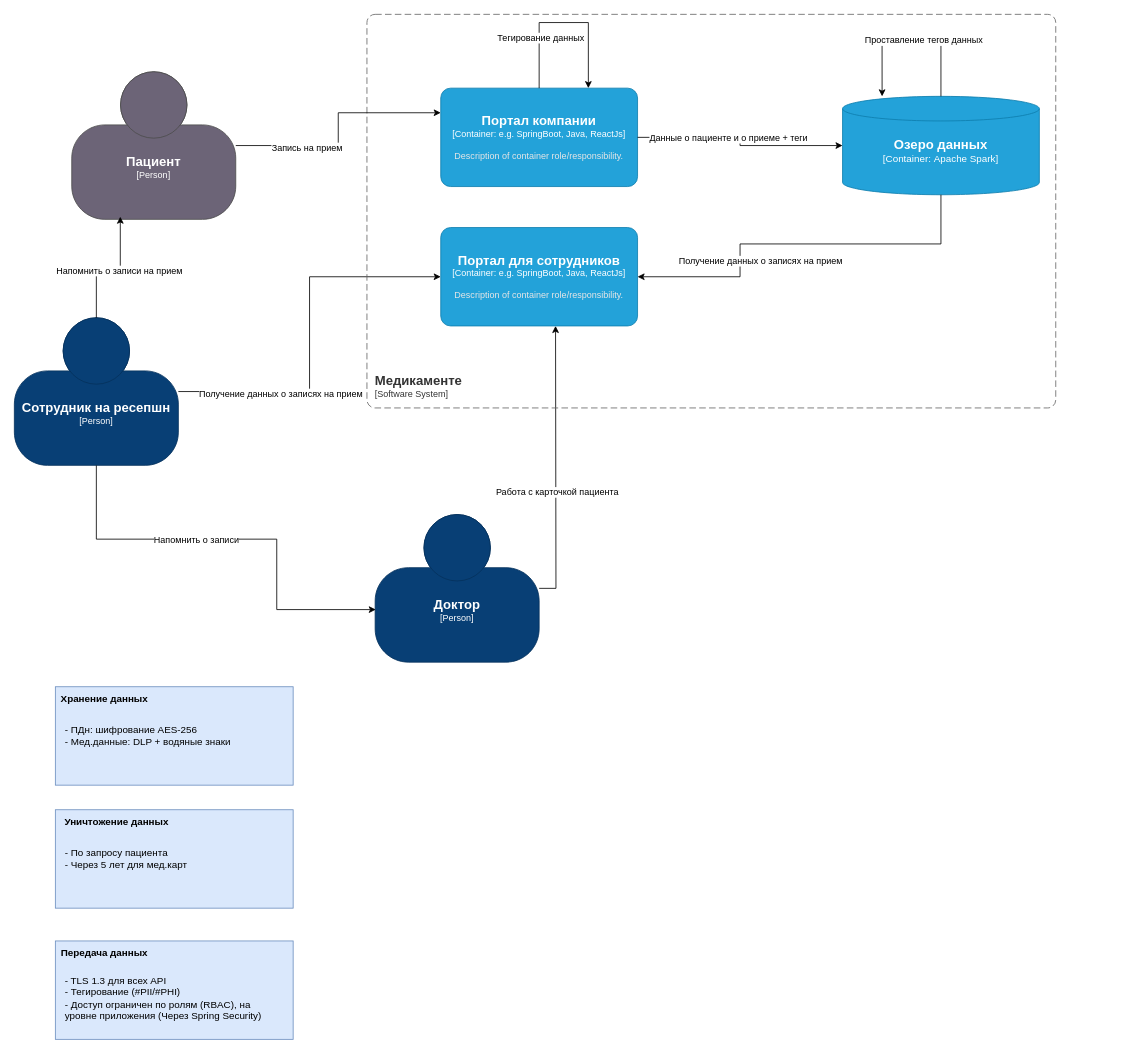
skhrom/architecture-sprint-10 keeps this draw.io diagram as Task2/MVP.drawio. Above is the earlier version. Source tidied: cells renumbered, new cells numbered last; positions are measured from the earlier drawing's top-left corner, leaving out a move shared by most shapes. Both pictures are drawn from the tidied source at 82%, with x=0, y=0 at pixel (14, 14).
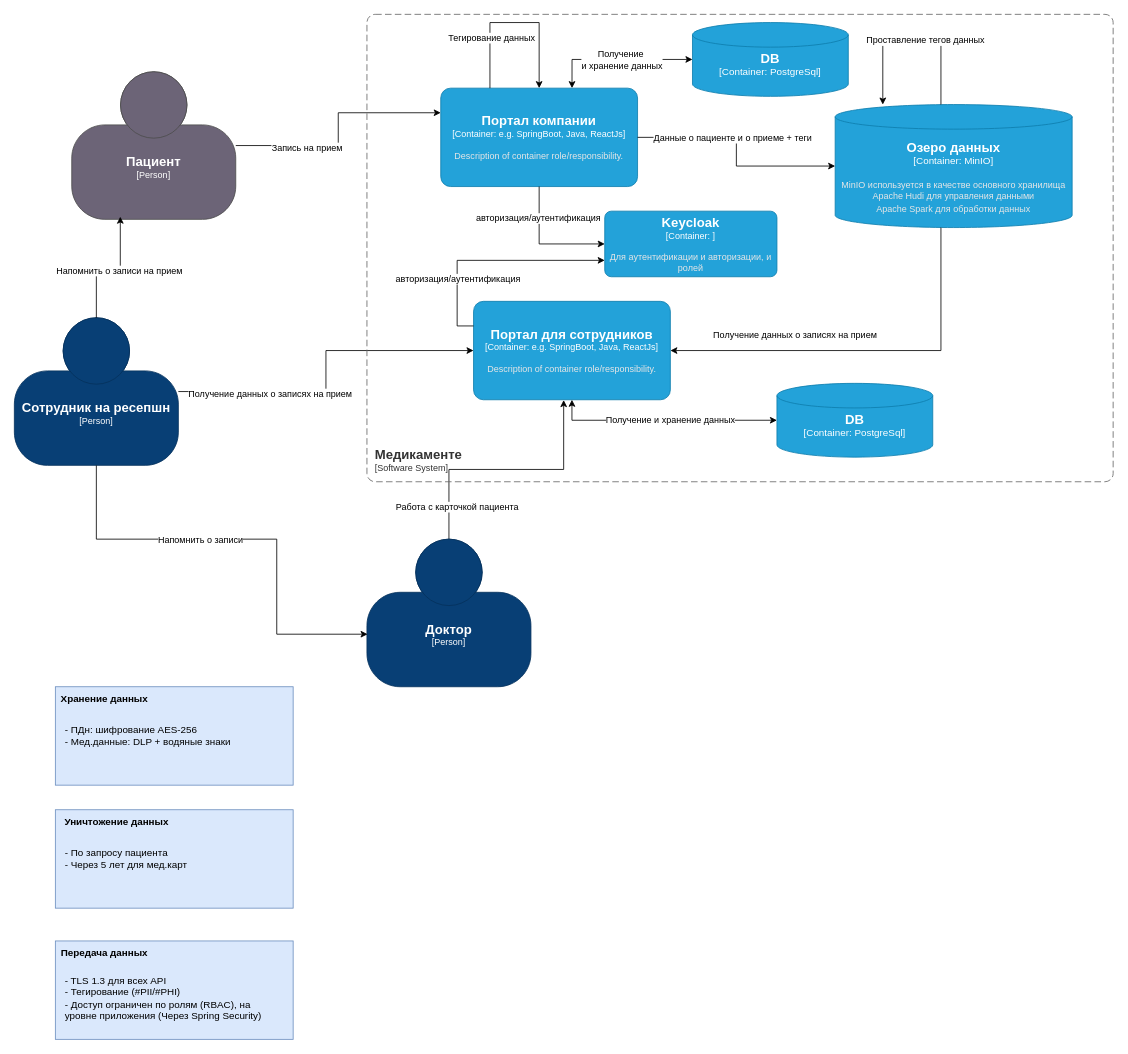
Above is the later version.

Unchanged cells that the change refers to:
```xml
<object id="5" label="&lt;font style=&quot;font-size: 16px&quot;&gt;&lt;b&gt;%c4Name%&lt;/b&gt;&lt;/font&gt;&lt;div&gt;[%c4Type%]&lt;/div&gt;&lt;br&gt;&lt;div&gt;&lt;font style=&quot;font-size: 11px&quot;&gt;&lt;font color=&quot;#cccccc&quot;&gt;%c4Description%&lt;/font&gt;&lt;/div&gt;" c4Description="" c4Name="Сотрудник на ресепшн" c4Type="Person" placeholders="1">
  <mxCell style="html=1;fontSize=11;dashed=0;whiteSpace=wrap;fillColor=#083F75;strokeColor=#06315C;fontColor=#ffffff;shape=mxgraph.c4.person2;align=center;points=[[0.5,0,0],[1,0.5,0],[1,0.75,0],[0.75,1,0],[0.5,1,0],[0.25,1,0],[0,0.75,0],[0,0.5,0]];" parent="1" vertex="1">
    <mxGeometry y="370" width="200" height="180" as="geometry" />
  </mxCell>
</object>
<object id="10" label="&lt;font style=&quot;font-size: 16px&quot;&gt;&lt;b&gt;%c4Name%&lt;/b&gt;&lt;/font&gt;&lt;div&gt;[%c4Type%: %c4Technology%]&lt;/div&gt;&lt;br&gt;&lt;div&gt;&lt;font style=&quot;font-size: 11px&quot;&gt;&lt;font color=&quot;#E6E6E6&quot;&gt;%c4Description%&lt;/font&gt;&lt;/div&gt;" c4Description="Description of container role/responsibility." c4Name="Портал компании" c4Technology="e.g. SpringBoot, Java, ReactJs" c4Type="Container" placeholders="1">
  <mxCell style="rounded=1;whiteSpace=wrap;html=1;fontSize=11;labelBackgroundColor=none;fillColor=#23A2D9;fontColor=#ffffff;align=center;arcSize=10;strokeColor=#0E7DAD;points=[[0.25,0,0],[0.5,0,0],[0.75,0,0],[1,0.25,0],[1,0.5,0],[1,0.75,0],[0.75,1,0],[0.5,1,0],[0.25,1,0],[0,0.75,0],[0,0.5,0],[0,0.25,0]];" parent="1" vertex="1">
    <mxGeometry x="520" y="90" width="240" height="120" as="geometry" />
  </mxCell>
</object>
```

What changed in the source:
```diff
@@
-    <mxCell id="6" style="edgeStyle=orthogonalEdgeStyle;rounded=0;jettySize=auto;html=1;" parent="1" edge="1" source="8">
-      <mxGeometry relative="1" as="geometry">
-        <mxPoint x="660" y="380" as="targetPoint" />
-      </mxGeometry>
+    <mxCell id="6" style="edgeStyle=orthogonalEdgeStyle;rounded=0;jettySize=auto;html=1;entryX=0.458;entryY=1.003;entryDx=0;entryDy=0;entryPerimeter=0;" parent="1" edge="1" source="8" target="16">
+      <mxGeometry relative="1" as="geometry" />
     </mxCell>
     <mxCell id="7" value="Работа с карточкой пациента" style="edgeLabel;html=1;align=center;verticalAlign=middle;" parent="6" vertex="1">
-      <mxGeometry x="-0.19" y="-1" relative="1" as="geometry" />
+      <mxGeometry x="-0.19" y="-1" relative="1" as="geometry">
+        <mxPoint x="-31" y="44" as="offset" />
+      </mxGeometry>
     </mxCell>
     <object id="8" label="&lt;font style=&quot;font-size: 16px&quot;&gt;&lt;b&gt;%c4Name%&lt;/b&gt;&lt;/font&gt;&lt;div&gt;[%c4Type%]&lt;/div&gt;&lt;br&gt;&lt;div&gt;&lt;font style=&quot;font-size: 11px&quot;&gt;&lt;font color=&quot;#cccccc&quot;&gt;%c4Description%&lt;/font&gt;&lt;/div&gt;" c4Description="" c4Name="Доктор" c4Type="Person" placeholders="1">
       <mxCell style="html=1;fontSize=11;dashed=0;whiteSpace=wrap;fillColor=#083F75;strokeColor=#06315C;fontColor=#ffffff;shape=mxgraph.c4.person2;align=center;points=[[0.5,0,0],[1,0.5,0],[1,0.75,0],[0.75,1,0],[0.5,1,0],[0.25,1,0],[0,0.75,0],[0,0.5,0]];" parent="1" vertex="1">
-        <mxGeometry x="440" y="610" width="200" height="180" as="geometry" />
+        <mxGeometry x="430" y="640" width="200" height="180" as="geometry" />
       </mxCell>
     </object>
     <object id="9" label="&lt;font style=&quot;font-size: 16px&quot;&gt;&lt;b&gt;&lt;div style=&quot;text-align: left&quot;&gt;%c4Name%&lt;/div&gt;&lt;/b&gt;&lt;/font&gt;&lt;div style=&quot;text-align: left&quot;&gt;[%c4Application%]&lt;/div&gt;" c4Application="Software System" c4Name="Медикаменте" placeholders="1">
       <mxCell style="rounded=1;fontSize=11;whiteSpace=wrap;html=1;dashed=1;arcSize=20;fillColor=none;strokeColor=#666666;fontColor=#333333;labelBackgroundColor=none;align=left;verticalAlign=bottom;labelBorderColor=none;spacingTop=0;spacing=10;dashPattern=8 4;perimeter=rectanglePerimeter;noLabel=0;labelPadding=0;absoluteArcSize=1;" parent="1" vertex="1">
-        <mxGeometry x="430" width="840" height="480" as="geometry" />
+        <mxGeometry x="430" width="910" height="570" as="geometry" />
       </mxCell>
     </object>
+    <mxCell id="39" style="edgeStyle=orthogonalEdgeStyle;rounded=0;jettySize=auto;html=1;exitX=0.667;exitY=0;exitDx=0;exitDy=0;exitPerimeter=0;startArrow=classic;startFill=1;" parent="1" edge="1" source="10" target="49">
+      <mxGeometry relative="1" as="geometry" />
+    </mxCell>
+    <mxCell id="40" value="Получение&amp;nbsp;&lt;div&gt;и хранение данных&lt;/div&gt;" style="edgeLabel;html=1;align=center;verticalAlign=middle;" parent="39" vertex="1">
+      <mxGeometry x="-0.26" y="-3" relative="1" as="geometry">
+        <mxPoint x="28" y="-3" as="offset" />
+      </mxGeometry>
+    </mxCell>
@@
-    <object id="11" label="&lt;font style=&quot;font-size: 16px&quot;&gt;&lt;b&gt;%c4Name%&lt;/b&gt;&lt;/font&gt;&lt;div&gt;[%c4Type%:&amp;nbsp;%c4Technology%]&lt;/div&gt;&lt;br&gt;&lt;div&gt;&lt;font style=&quot;font-size: 11px&quot;&gt;&lt;font color=&quot;#E6E6E6&quot;&gt;%c4Description%&lt;/font&gt;&lt;/div&gt;" c4Description="" c4Name="Озеро данных" c4Technology="Apache Spark" c4Type="Container" placeholders="1">
+    <object id="11" label="&lt;font style=&quot;font-size: 16px&quot;&gt;&lt;b&gt;%c4Name%&lt;/b&gt;&lt;/font&gt;&lt;div&gt;[%c4Type%:&amp;nbsp;%c4Technology%]&lt;/div&gt;&lt;br&gt;&lt;div&gt;&lt;font style=&quot;font-size: 11px&quot;&gt;&lt;font color=&quot;#E6E6E6&quot;&gt;%c4Description%&lt;/font&gt;&lt;/div&gt;" c4Description="MinIO используется в качестве основного хранилища&#10;Apache Hudi для управления данными&#10;Apache Spark для обработки данных" c4Name="Озеро данных" c4Technology="MinIO" c4Type="Container" placeholders="1">
       <mxCell style="shape=cylinder3;size=15;whiteSpace=wrap;html=1;boundedLbl=1;rounded=0;labelBackgroundColor=none;fillColor=#23A2D9;fontSize=12;fontColor=#ffffff;align=center;strokeColor=#0E7DAD;points=[[0.5,0,0],[1,0.25,0],[1,0.5,0],[1,0.75,0],[0.5,1,0],[0,0.75,0],[0,0.5,0],[0,0.25,0]];" parent="1" vertex="1">
-        <mxGeometry x="1010" y="100" width="240" height="120" as="geometry" />
+        <mxGeometry x="1001" y="110" width="289" height="150" as="geometry" />
       </mxCell>
     </object>
@@
     <object id="16" label="&lt;font style=&quot;font-size: 16px&quot;&gt;&lt;b&gt;%c4Name%&lt;/b&gt;&lt;/font&gt;&lt;div&gt;[%c4Type%: %c4Technology%]&lt;/div&gt;&lt;br&gt;&lt;div&gt;&lt;font style=&quot;font-size: 11px&quot;&gt;&lt;font color=&quot;#E6E6E6&quot;&gt;%c4Description%&lt;/font&gt;&lt;/div&gt;" c4Description="Description of container role/responsibility." c4Name="Портал для сотрудников" c4Technology="e.g. SpringBoot, Java, ReactJs" c4Type="Container" placeholders="1">
       <mxCell style="rounded=1;whiteSpace=wrap;html=1;fontSize=11;labelBackgroundColor=none;fillColor=#23A2D9;fontColor=#ffffff;align=center;arcSize=10;strokeColor=#0E7DAD;points=[[0.25,0,0],[0.5,0,0],[0.75,0,0],[1,0.25,0],[1,0.5,0],[1,0.75,0],[0.75,1,0],[0.5,1,0],[0.25,1,0],[0,0.75,0],[0,0.5,0],[0,0.25,0]];" parent="1" vertex="1">
-        <mxGeometry x="520" y="260" width="240" height="120" as="geometry" />
+        <mxGeometry x="560" y="350" width="240" height="120" as="geometry" />
       </mxCell>
     </object>
     <mxCell id="17" style="edgeStyle=orthogonalEdgeStyle;rounded=0;jettySize=auto;html=1;entryX=1;entryY=0.5;entryDx=0;entryDy=0;entryPerimeter=0;" parent="1" edge="1" source="11" target="16">
       <mxGeometry relative="1" as="geometry">
         <Array as="points">
-          <mxPoint x="1130" y="280" />
-          <mxPoint x="885" y="280" />
-          <mxPoint x="885" y="320" />
+          <mxPoint x="1130" y="410" />
         </Array>
       </mxGeometry>
     </mxCell>
@@
     <mxCell id="21" style="edgeStyle=orthogonalEdgeStyle;rounded=0;jettySize=auto;html=1;entryX=0.004;entryY=0.644;entryDx=0;entryDy=0;entryPerimeter=0;" parent="1" edge="1" source="5" target="8">
       <mxGeometry relative="1" as="geometry">
         <Array as="points">
           <mxPoint x="100" y="640" />
           <mxPoint x="320" y="640" />
-          <mxPoint x="320" y="726" />
+          <mxPoint x="320" y="756" />
         </Array>
       </mxGeometry>
     </mxCell>
@@
-    <mxCell id="23" style="edgeStyle=orthogonalEdgeStyle;rounded=0;orthogonalLoop=1;jettySize=auto;html=1;entryX=0.75;entryY=0;entryDx=0;entryDy=0;entryPerimeter=0;" parent="1" edge="1" source="10" target="10">
+    <mxCell id="23" style="edgeStyle=orthogonalEdgeStyle;rounded=0;orthogonalLoop=1;jettySize=auto;html=1;entryX=0.5;entryY=0;entryDx=0;entryDy=0;entryPerimeter=0;exitX=0.25;exitY=0;exitDx=0;exitDy=0;exitPerimeter=0;" parent="1" edge="1" source="10" target="10">
       <mxGeometry relative="1" as="geometry">
         <Array as="points">
+          <mxPoint x="580" y="10" />
           <mxPoint x="640" y="10" />
-          <mxPoint x="700" y="10" />
         </Array>
       </mxGeometry>
     </mxCell>
@@
     <mxCell id="25" style="edgeStyle=orthogonalEdgeStyle;rounded=0;orthogonalLoop=1;jettySize=auto;html=1;entryX=0.201;entryY=0;entryDx=0;entryDy=0;entryPerimeter=0;" parent="1" edge="1" source="11" target="11">
       <mxGeometry relative="1" as="geometry">
         <Array as="points">
           <mxPoint x="1130" y="30" />
-          <mxPoint x="1058" y="30" />
+          <mxPoint x="1059" y="30" />
         </Array>
       </mxGeometry>
     </mxCell>
@@
+    <object id="41" label="&lt;font style=&quot;font-size: 16px&quot;&gt;&lt;b&gt;%c4Name%&lt;/b&gt;&lt;/font&gt;&lt;div&gt;[%c4Type%: %c4Technology%]&lt;/div&gt;&lt;br&gt;&lt;div&gt;&lt;font style=&quot;font-size: 11px&quot;&gt;&lt;font color=&quot;#E6E6E6&quot;&gt;%c4Description%&lt;/font&gt;&lt;/div&gt;" c4Description="Для аутентификации и авторизации, и ролей" c4Name="Keycloak " c4Technology="" c4Type="Container" placeholders="1">
+      <mxCell style="rounded=1;whiteSpace=wrap;html=1;fontSize=11;labelBackgroundColor=none;fillColor=#23A2D9;fontColor=#ffffff;align=center;arcSize=10;strokeColor=#0E7DAD;points=[[0.25,0,0],[0.5,0,0],[0.75,0,0],[1,0.25,0],[1,0.5,0],[1,0.75,0],[0.75,1,0],[0.5,1,0],[0.25,1,0],[0,0.75,0],[0,0.5,0],[0,0.25,0]];" parent="1" vertex="1">
+        <mxGeometry x="720" y="240" width="210" height="80" as="geometry" />
+      </mxCell>
+    </object>
+    <mxCell id="42" style="edgeStyle=orthogonalEdgeStyle;rounded=0;jettySize=auto;html=1;entryX=0;entryY=0.5;entryDx=0;entryDy=0;entryPerimeter=0;" parent="1" edge="1" source="10" target="41">
+      <mxGeometry relative="1" as="geometry" />
+    </mxCell>
+    <mxCell id="43" value="авторизация/аутентификация" style="edgeLabel;html=1;align=center;verticalAlign=middle;" parent="42" vertex="1">
+      <mxGeometry x="-0.49" y="-2" relative="1" as="geometry" />
+    </mxCell>
+    <mxCell id="44" style="edgeStyle=orthogonalEdgeStyle;rounded=0;jettySize=auto;html=1;entryX=0;entryY=0.75;entryDx=0;entryDy=0;entryPerimeter=0;exitX=0;exitY=0.25;exitDx=0;exitDy=0;exitPerimeter=0;" parent="1" edge="1" source="16" target="41">
+      <mxGeometry relative="1" as="geometry" />
+    </mxCell>
+    <mxCell id="45" value="авторизация/аутентификация" style="edgeLabel;html=1;align=center;verticalAlign=middle;" parent="44" vertex="1">
+      <mxGeometry x="-0.44" relative="1" as="geometry" />
+    </mxCell>
+    <object id="46" label="&lt;font style=&quot;font-size: 16px&quot;&gt;&lt;b&gt;%c4Name%&lt;/b&gt;&lt;/font&gt;&lt;div&gt;[%c4Type%:&amp;nbsp;%c4Technology%]&lt;/div&gt;&lt;br&gt;&lt;div&gt;&lt;font style=&quot;font-size: 11px&quot;&gt;&lt;font color=&quot;#E6E6E6&quot;&gt;%c4Description%&lt;/font&gt;&lt;/div&gt;" c4Description="" c4Name="DB" c4Technology="PostgreSql" c4Type="Container" placeholders="1">
+      <mxCell style="shape=cylinder3;size=15;whiteSpace=wrap;html=1;boundedLbl=1;rounded=0;labelBackgroundColor=none;fillColor=#23A2D9;fontSize=12;fontColor=#ffffff;align=center;strokeColor=#0E7DAD;points=[[0.5,0,0],[1,0.25,0],[1,0.5,0],[1,0.75,0],[0.5,1,0],[0,0.75,0],[0,0.5,0],[0,0.25,0]];" parent="1" vertex="1">
+        <mxGeometry x="930" y="450" width="190" height="90" as="geometry" />
+      </mxCell>
+    </object>
+    <mxCell id="47" style="edgeStyle=orthogonalEdgeStyle;rounded=0;jettySize=auto;html=1;entryX=0;entryY=0.5;entryDx=0;entryDy=0;entryPerimeter=0;startArrow=classic;startFill=1;" parent="1" edge="1" source="16" target="46">
+      <mxGeometry relative="1" as="geometry">
+        <Array as="points">
+          <mxPoint x="680" y="495" />
+        </Array>
+      </mxGeometry>
+    </mxCell>
+    <mxCell id="48" value="Получение и хранение данных" style="edgeLabel;html=1;align=center;verticalAlign=middle;" parent="47" vertex="1">
+      <mxGeometry x="-0.32" y="1" relative="1" as="geometry">
+        <mxPoint x="51" as="offset" />
+      </mxGeometry>
+    </mxCell>
+    <object id="49" label="&lt;font style=&quot;font-size: 16px&quot;&gt;&lt;b&gt;%c4Name%&lt;/b&gt;&lt;/font&gt;&lt;div&gt;[%c4Type%:&amp;nbsp;%c4Technology%]&lt;/div&gt;&lt;br&gt;&lt;div&gt;&lt;font style=&quot;font-size: 11px&quot;&gt;&lt;font color=&quot;#E6E6E6&quot;&gt;%c4Description%&lt;/font&gt;&lt;/div&gt;" c4Description="" c4Name="DB" c4Technology="PostgreSql" c4Type="Container" placeholders="1">
+      <mxCell style="shape=cylinder3;size=15;whiteSpace=wrap;html=1;boundedLbl=1;rounded=0;labelBackgroundColor=none;fillColor=#23A2D9;fontSize=12;fontColor=#ffffff;align=center;strokeColor=#0E7DAD;points=[[0.5,0,0],[1,0.25,0],[1,0.5,0],[1,0.75,0],[0.5,1,0],[0,0.75,0],[0,0.5,0],[0,0.25,0]];" parent="1" vertex="1">
+        <mxGeometry x="827" y="10" width="190" height="90" as="geometry" />
+      </mxCell>
+    </object>
```
